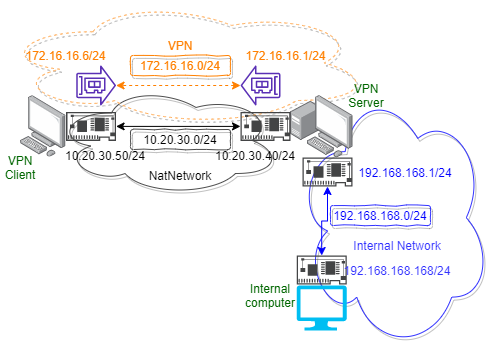
Earlier version of the draw.io export labs/lab12/nettopo.png (ufidon/netsec). Source tidied: cells renumbered, new cells last; positions are measured from the earlier drawing's top-left corner, leaving out a move shared by most shapes. Source of this version:
```xml
<mxGraphModel>
  <root>
    <mxCell id="0" />
    <mxCell id="1" parent="0" />
    <mxCell id="2" style="ellipse;shape=cloud;whiteSpace=wrap;html=1;rounded=1;shadow=1;glass=1;comic=1;strokeColor=#3333FF;fillColor=none;" parent="1" vertex="1">
      <mxGeometry x="296.2" y="85" width="193.8" height="264.5" as="geometry" />
    </mxCell>
    <mxCell id="3" style="ellipse;shape=cloud;whiteSpace=wrap;html=1;rounded=1;shadow=1;glass=1;comic=1;strokeColor=#4D4D4D;fillColor=none;" parent="1" vertex="1">
      <mxGeometry x="54.7" y="85" width="225.3" height="110" as="geometry" />
    </mxCell>
    <mxCell id="4" style="ellipse;shape=cloud;whiteSpace=wrap;html=1;rounded=1;shadow=1;glass=1;comic=1;strokeColor=#FFB366;fillColor=none;dashed=1;" parent="1" vertex="1">
      <mxGeometry width="370" height="125" as="geometry" />
    </mxCell>
    <mxCell id="5" style="html=1;align=center;shadow=0;dashed=0;image;image=img/lib/allied_telesis/computer_and_terminals/Personal_Computer_with_Server.svg;" parent="1" vertex="1">
      <mxGeometry x="290" y="95" width="62.4" height="62.4" as="geometry" />
    </mxCell>
    <mxCell id="6" style="html=1;align=center;shadow=0;dashed=0;image;image=img/lib/allied_telesis/computer_and_terminals/Personal_Computer.svg;" parent="1" vertex="1">
      <mxGeometry x="20" y="95" width="45.6" height="61.8" as="geometry" />
    </mxCell>
    <mxCell id="7" style="verticalLabelPosition=bottom;html=1;verticalAlign=top;align=center;strokeColor=none;fillColor=#00BEF2;shape=mxgraph.azure.computer;" parent="1" vertex="1">
      <mxGeometry x="296.2" y="285" width="50" height="45" as="geometry" />
    </mxCell>
    <mxCell id="8" style="shadow=0;dashed=0;html=1;strokeColor=none;fillColor=#434445;labelPosition=center;verticalLabelPosition=bottom;verticalAlign=top;align=center;outlineConnect=0;shape=mxgraph.vvd.physical_network_adapter;" parent="1" vertex="1">
      <mxGeometry x="302" y="157" width="50" height="29" as="geometry" />
    </mxCell>
    <mxCell id="9" style="edgeStyle=orthogonalEdgeStyle;rounded=0;jettySize=auto;html=1;startArrow=classic;startFill=1;" parent="1" edge="1" source="10" target="11">
      <mxGeometry relative="1" as="geometry" />
    </mxCell>
    <mxCell id="10" style="shadow=0;dashed=0;html=1;strokeColor=none;fillColor=#434445;labelPosition=center;verticalLabelPosition=bottom;verticalAlign=top;align=center;outlineConnect=0;shape=mxgraph.vvd.physical_network_adapter;" parent="1" vertex="1">
      <mxGeometry x="240" y="111.4" width="50" height="29" as="geometry" />
    </mxCell>
    <mxCell id="11" style="shadow=0;dashed=0;html=1;strokeColor=none;fillColor=#434445;labelPosition=center;verticalLabelPosition=bottom;verticalAlign=top;align=center;outlineConnect=0;shape=mxgraph.vvd.physical_network_adapter;" parent="1" vertex="1">
      <mxGeometry x="65.6" y="111.4" width="50" height="29" as="geometry" />
    </mxCell>
    <mxCell id="12" style="outlineConnect=0;fontColor=#232F3E;gradientColor=none;fillColor=#5A30B5;strokeColor=none;dashed=0;verticalLabelPosition=bottom;verticalAlign=top;align=center;html=1;fontSize=12;fontStyle=0;shape=mxgraph.aws4.elastic_network_adapter;" parent="1" vertex="1">
      <mxGeometry x="75.6" y="65" width="40" height="40" as="geometry" />
    </mxCell>
    <mxCell id="13" style="edgeStyle=orthogonalEdgeStyle;rounded=0;jettySize=auto;html=1;startArrow=classic;startFill=1;dashed=1;strokeColor=#FF8000;fontColor=#FF8000;" parent="1" edge="1" source="14" target="12">
      <mxGeometry relative="1" as="geometry" />
    </mxCell>
    <mxCell id="14" style="outlineConnect=0;fontColor=#232F3E;gradientColor=none;fillColor=#5A30B5;strokeColor=none;dashed=0;verticalLabelPosition=bottom;verticalAlign=top;align=center;html=1;fontSize=12;fontStyle=0;shape=mxgraph.aws4.elastic_network_adapter;flipH=1;" parent="1" vertex="1">
      <mxGeometry x="240" y="65" width="40" height="40" as="geometry" />
    </mxCell>
    <mxCell id="15" style="edgeStyle=orthogonalEdgeStyle;rounded=0;jettySize=auto;html=1;startArrow=classic;startFill=1;strokeColor=#0000FF;" parent="1" edge="1" source="16" target="8">
      <mxGeometry relative="1" as="geometry" />
    </mxCell>
    <mxCell id="16" style="shadow=0;dashed=0;html=1;strokeColor=none;fillColor=#434445;labelPosition=center;verticalLabelPosition=bottom;verticalAlign=top;align=center;outlineConnect=0;shape=mxgraph.vvd.physical_network_adapter;" parent="1" vertex="1">
      <mxGeometry x="296.2" y="255" width="50" height="29" as="geometry" />
    </mxCell>
    <mxCell id="17" value="10.20.30.0/24" style="text;html=1;strokeColor=#4D4D4D;fillColor=none;align=center;verticalAlign=middle;whiteSpace=wrap;rounded=1;comic=1;glass=1;shadow=1;" parent="1" vertex="1">
      <mxGeometry x="130" y="129" width="100" height="20" as="geometry" />
    </mxCell>
    <mxCell id="18" value="10.20.30.50/24" style="text;html=1;strokeColor=none;fillColor=none;align=center;verticalAlign=middle;whiteSpace=wrap;rounded=0;" parent="1" vertex="1">
      <mxGeometry x="60" y="145" width="90" height="20" as="geometry" />
    </mxCell>
    <mxCell id="19" value="10.20.30.40/24" style="text;html=1;strokeColor=none;fillColor=none;align=center;verticalAlign=middle;whiteSpace=wrap;rounded=0;" parent="1" vertex="1">
      <mxGeometry x="210" y="145" width="90" height="20" as="geometry" />
    </mxCell>
    <mxCell id="20" value="172.16.16.6/24" style="text;html=1;strokeColor=none;fillColor=none;align=center;verticalAlign=middle;whiteSpace=wrap;rounded=0;fontColor=#FF8000;" parent="1" vertex="1">
      <mxGeometry x="20" y="45" width="90.6" height="20" as="geometry" />
    </mxCell>
    <mxCell id="21" value="172.16.16.0/24" style="text;html=1;strokeColor=#FF8000;fillColor=none;align=center;verticalAlign=middle;whiteSpace=wrap;rounded=1;comic=1;glass=1;shadow=1;fontColor=#FF8000;" parent="1" vertex="1">
      <mxGeometry x="130" y="55" width="100" height="20" as="geometry" />
    </mxCell>
    <mxCell id="22" value="192.168.168.0/24" style="text;html=1;strokeColor=#3333FF;fillColor=none;align=center;verticalAlign=middle;whiteSpace=wrap;rounded=1;comic=1;glass=1;shadow=1;fontColor=#0000FF;" parent="1" vertex="1">
      <mxGeometry x="330" y="205" width="100" height="20" as="geometry" />
    </mxCell>
    <mxCell id="23" value="192.168.168.1/24" style="text;html=1;strokeColor=none;fillColor=none;align=center;verticalAlign=middle;whiteSpace=wrap;rounded=0;fontColor=#0000FF;" parent="1" vertex="1">
      <mxGeometry x="360" y="161.5" width="90" height="20" as="geometry" />
    </mxCell>
    <mxCell id="24" value="192.168.168.168/24" style="text;html=1;strokeColor=none;fillColor=none;align=center;verticalAlign=middle;whiteSpace=wrap;rounded=0;fontColor=#3333FF;" parent="1" vertex="1">
      <mxGeometry x="352" y="259.5" width="90" height="20" as="geometry" />
    </mxCell>
    <mxCell id="25" value="VPN" style="text;html=1;strokeColor=none;fillColor=none;align=center;verticalAlign=middle;whiteSpace=wrap;rounded=0;shadow=1;glass=1;comic=1;fontColor=#FF8000;" parent="1" vertex="1">
      <mxGeometry x="143" y="35" width="74" height="20" as="geometry" />
    </mxCell>
    <mxCell id="26" value="NatNetwork" style="text;html=1;strokeColor=none;fillColor=none;align=center;verticalAlign=middle;whiteSpace=wrap;rounded=0;shadow=1;glass=1;comic=1;" parent="1" vertex="1">
      <mxGeometry x="143" y="165" width="74" height="20" as="geometry" />
    </mxCell>
    <mxCell id="27" value="172.16.16.1/24" style="text;html=1;strokeColor=none;fillColor=none;align=center;verticalAlign=middle;whiteSpace=wrap;rounded=0;fontColor=#FF8000;" parent="1" vertex="1">
      <mxGeometry x="240" y="45" width="90.6" height="20" as="geometry" />
    </mxCell>
    <mxCell id="28" value="Internal Network" style="text;html=1;strokeColor=none;fillColor=none;align=center;verticalAlign=middle;whiteSpace=wrap;rounded=0;fontColor=#3333FF;" parent="1" vertex="1">
      <mxGeometry x="352.4" y="235" width="90" height="20" as="geometry" />
    </mxCell>
    <mxCell id="29" value="VPN Client" style="text;html=1;strokeColor=none;fillColor=none;align=center;verticalAlign=middle;whiteSpace=wrap;rounded=0;shadow=1;glass=1;dashed=1;comic=1;fontColor=#006600;" parent="1" vertex="1">
      <mxGeometry y="157" width="40" height="20" as="geometry" />
    </mxCell>
    <mxCell id="30" value="VPN Server" style="text;html=1;strokeColor=none;fillColor=none;align=center;verticalAlign=middle;whiteSpace=wrap;rounded=0;shadow=1;glass=1;dashed=1;comic=1;fontColor=#006600;" parent="1" vertex="1">
      <mxGeometry x="346.2" y="85" width="40" height="20" as="geometry" />
    </mxCell>
    <mxCell id="31" value="Internal computer" style="text;html=1;strokeColor=none;fillColor=none;align=center;verticalAlign=middle;whiteSpace=wrap;rounded=0;shadow=1;glass=1;dashed=1;comic=1;fontColor=#006600;" parent="1" vertex="1">
      <mxGeometry x="250" y="285" width="40" height="20" as="geometry" />
    </mxCell>
  </root>
</mxGraphModel>
```
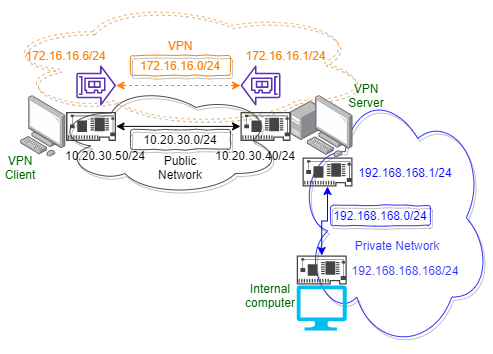
After the commit.

Diff of the diagram source:
```diff
@@ -69,18 +69,18 @@
       <mxGeometry x="360" y="161.5" width="90" height="20" as="geometry" />
     </mxCell>
     <mxCell id="24" value="192.168.168.168/24" style="text;html=1;strokeColor=none;fillColor=none;align=center;verticalAlign=middle;whiteSpace=wrap;rounded=0;fontColor=#3333FF;" parent="1" vertex="1">
-      <mxGeometry x="352" y="259.5" width="90" height="20" as="geometry" />
+      <mxGeometry x="360" y="259.5" width="90" height="20" as="geometry" />
     </mxCell>
     <mxCell id="25" value="VPN" style="text;html=1;strokeColor=none;fillColor=none;align=center;verticalAlign=middle;whiteSpace=wrap;rounded=0;shadow=1;glass=1;comic=1;fontColor=#FF8000;" parent="1" vertex="1">
       <mxGeometry x="143" y="35" width="74" height="20" as="geometry" />
     </mxCell>
-    <mxCell id="26" value="NatNetwork" style="text;html=1;strokeColor=none;fillColor=none;align=center;verticalAlign=middle;whiteSpace=wrap;rounded=0;shadow=1;glass=1;comic=1;" parent="1" vertex="1">
-      <mxGeometry x="143" y="165" width="74" height="20" as="geometry" />
+    <mxCell id="26" value="Public Network" style="text;html=1;strokeColor=none;fillColor=none;align=center;verticalAlign=middle;whiteSpace=wrap;rounded=0;shadow=1;glass=1;comic=1;" parent="1" vertex="1">
+      <mxGeometry x="143" y="157.4" width="74" height="20" as="geometry" />
     </mxCell>
     <mxCell id="27" value="172.16.16.1/24" style="text;html=1;strokeColor=none;fillColor=none;align=center;verticalAlign=middle;whiteSpace=wrap;rounded=0;fontColor=#FF8000;" parent="1" vertex="1">
       <mxGeometry x="240" y="45" width="90.6" height="20" as="geometry" />
     </mxCell>
-    <mxCell id="28" value="Internal Network" style="text;html=1;strokeColor=none;fillColor=none;align=center;verticalAlign=middle;whiteSpace=wrap;rounded=0;fontColor=#3333FF;" parent="1" vertex="1">
+    <mxCell id="28" value="Private Network" style="text;html=1;strokeColor=none;fillColor=none;align=center;verticalAlign=middle;whiteSpace=wrap;rounded=0;fontColor=#3333FF;" parent="1" vertex="1">
       <mxGeometry x="352.4" y="235" width="90" height="20" as="geometry" />
     </mxCell>
     <mxCell id="29" value="VPN Client" style="text;html=1;strokeColor=none;fillColor=none;align=center;verticalAlign=middle;whiteSpace=wrap;rounded=0;shadow=1;glass=1;dashed=1;comic=1;fontColor=#006600;" parent="1" vertex="1">
```
